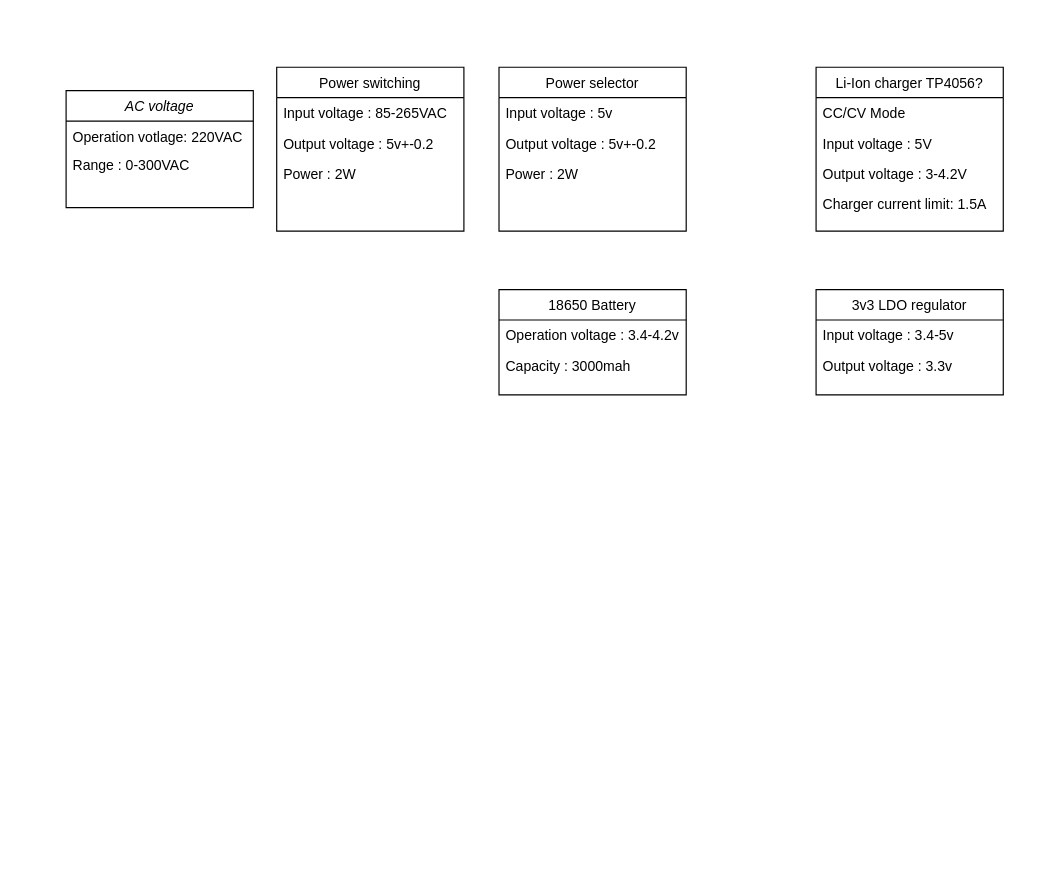
Before: improper_voltage_detection_v1.drawio in tdnet12434/using_markers, a draw.io diagram. Source tidied: cells renumbered, new cells numbered last; positions are measured from the earlier drawing's top-left corner, leaving out a move shared by most shapes. Both pictures are drawn from the tidied source at 117%, with x=0, y=0 at pixel (66, 67).
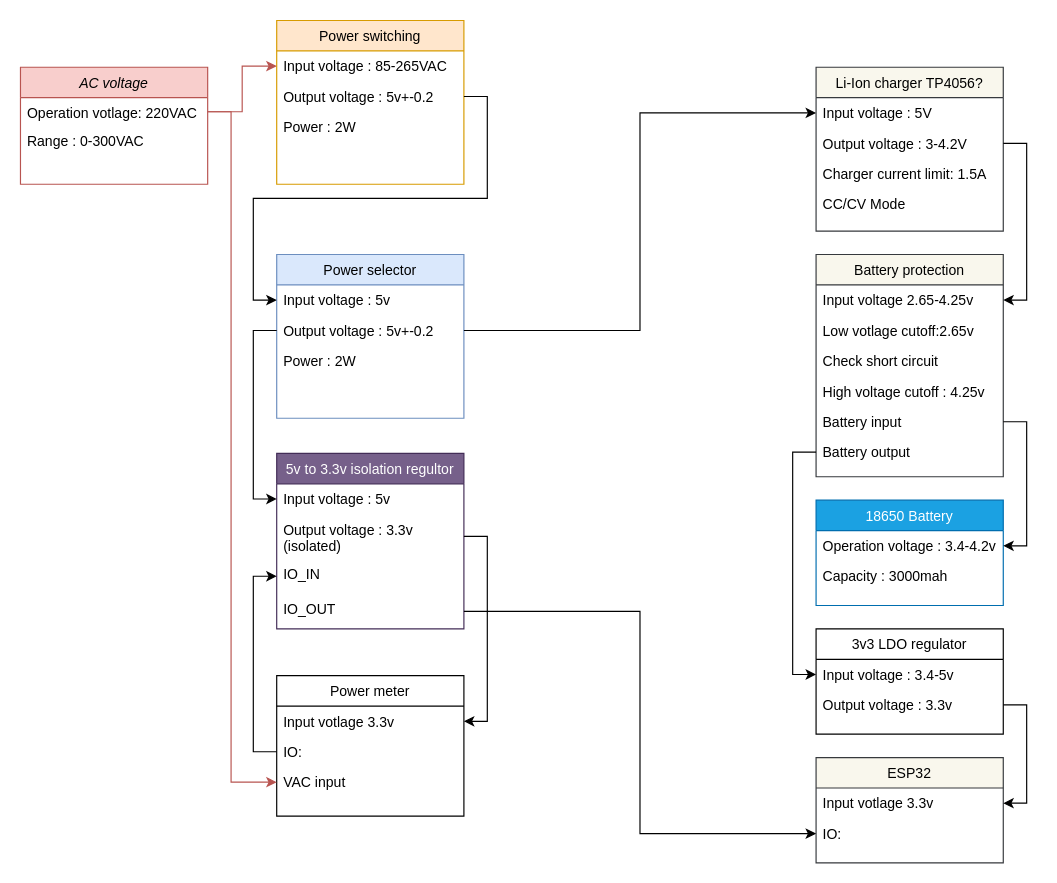
Above is the later version.

The change refers to these unchanged cells:
```xml
<mxCell id="3" value="Operation votlage: 220VAC" style="text;align=left;verticalAlign=top;spacingLeft=4;spacingRight=4;overflow=hidden;points=[[0,0.5],[1,0.5]];portConstraint=eastwest;" parent="2" vertex="1">
  <mxGeometry y="26" width="160" height="24" as="geometry" />
</mxCell>
<mxCell id="6" value="Input voltage : 85-265VAC" style="text;align=left;verticalAlign=top;spacingLeft=4;spacingRight=4;overflow=hidden;points=[[0,0.5],[1,0.5]];portConstraint=eastwest;" parent="5" vertex="1">
  <mxGeometry y="26" width="160" height="26" as="geometry" />
</mxCell>
<mxCell id="7" value="Output voltage : 5v+-0.2" style="text;align=left;verticalAlign=top;spacingLeft=4;spacingRight=4;overflow=hidden;points=[[0,0.5],[1,0.5]];portConstraint=eastwest;" parent="5" vertex="1">
  <mxGeometry y="52" width="160" height="26" as="geometry" />
</mxCell>
<mxCell id="15" value="Input voltage : 5v" style="text;align=left;verticalAlign=top;spacingLeft=4;spacingRight=4;overflow=hidden;points=[[0,0.5],[1,0.5]];portConstraint=eastwest;" parent="14" vertex="1">
  <mxGeometry y="26" width="160" height="26" as="geometry" />
</mxCell>
<mxCell id="16" value="Output voltage : 5v+-0.2" style="text;align=left;verticalAlign=top;spacingLeft=4;spacingRight=4;overflow=hidden;points=[[0,0.5],[1,0.5]];portConstraint=eastwest;" parent="14" vertex="1">
  <mxGeometry y="52" width="160" height="26" as="geometry" />
</mxCell>
<mxCell id="19" value="Operation voltage : 3.4-4.2v" style="text;align=left;verticalAlign=top;spacingLeft=4;spacingRight=4;overflow=hidden;points=[[0,0.5],[1,0.5]];portConstraint=eastwest;" parent="18" vertex="1">
  <mxGeometry y="26" width="160" height="26" as="geometry" />
</mxCell>
<mxCell id="22" value="Input voltage : 3.4-5v" style="text;align=left;verticalAlign=top;spacingLeft=4;spacingRight=4;overflow=hidden;points=[[0,0.5],[1,0.5]];portConstraint=eastwest;" parent="21" vertex="1">
  <mxGeometry y="26" width="160" height="26" as="geometry" />
</mxCell>
<mxCell id="23" value="Output voltage : 3.3v" style="text;align=left;verticalAlign=top;spacingLeft=4;spacingRight=4;overflow=hidden;points=[[0,0.5],[1,0.5]];portConstraint=eastwest;" parent="21" vertex="1">
  <mxGeometry y="52" width="160" height="26" as="geometry" />
</mxCell>
```

Diff of the diagram source:
```diff
@@
-    <mxCell id="2" value="AC voltage" style="swimlane;fontStyle=2;align=center;verticalAlign=top;horizontal=1;startSize=26;rounded=0;shadow=0;strokeWidth=1;" parent="1" vertex="1">
-      <mxGeometry y="20" width="160" height="100" as="geometry" />
+    <mxCell id="2" value="AC voltage" style="swimlane;fontStyle=2;align=center;verticalAlign=top;horizontal=1;startSize=26;rounded=0;shadow=0;strokeWidth=1;fillColor=#f8cecc;strokeColor=#b85450;" parent="1" vertex="1">
+      <mxGeometry x="-39" width="160" height="100" as="geometry" />
     </mxCell>
@@
-    <mxCell id="5" value="Power switching" style="swimlane;fontStyle=0;align=center;verticalAlign=top;horizontal=1;startSize=26;rounded=0;shadow=0;strokeWidth=1;" parent="1" vertex="1">
-      <mxGeometry x="180" width="160" height="140" as="geometry" />
+    <mxCell id="5" value="Power switching" style="swimlane;fontStyle=0;align=center;verticalAlign=top;horizontal=1;startSize=26;rounded=0;shadow=0;strokeWidth=1;fillColor=#ffe6cc;strokeColor=#d79b00;" parent="1" vertex="1">
+      <mxGeometry x="180" y="-40" width="160" height="140" as="geometry" />
     </mxCell>
@@
-    <mxCell id="9" value="Li-Ion charger TP4056?" style="swimlane;fontStyle=0;align=center;verticalAlign=top;horizontal=1;startSize=26;rounded=0;shadow=0;strokeWidth=1;" parent="1" vertex="1">
+    <mxCell id="9" value="Li-Ion charger TP4056?" style="swimlane;fontStyle=0;align=center;verticalAlign=top;horizontal=1;startSize=26;rounded=0;shadow=0;strokeWidth=1;fillColor=#f9f7ed;strokeColor=#36393d;" parent="1" vertex="1">
       <mxGeometry x="641" width="160" height="140" as="geometry" />
     </mxCell>
-    <mxCell id="10" value="CC/CV Mode" style="text;align=left;verticalAlign=top;spacingLeft=4;spacingRight=4;overflow=hidden;" parent="9" vertex="1">
-      <mxGeometry y="26" width="160" height="26" as="geometry" />
-    </mxCell>
     <mxCell id="11" value="Input voltage : 5V " style="text;align=left;verticalAlign=top;spacingLeft=4;spacingRight=4;overflow=hidden;points=[[0,0.5],[1,0.5]];portConstraint=eastwest;" parent="9" vertex="1">
-      <mxGeometry y="52" width="160" height="26" as="geometry" />
+      <mxGeometry y="26" width="160" height="26" as="geometry" />
     </mxCell>
     <mxCell id="12" value="Output voltage : 3-4.2V" style="text;align=left;verticalAlign=top;spacingLeft=4;spacingRight=4;overflow=hidden;points=[[0,0.5],[1,0.5]];portConstraint=eastwest;" parent="9" vertex="1">
-      <mxGeometry y="78" width="160" height="26" as="geometry" />
+      <mxGeometry y="52" width="160" height="26" as="geometry" />
     </mxCell>
     <mxCell id="13" value="Charger current limit: 1.5A" style="text;align=left;verticalAlign=top;spacingLeft=4;spacingRight=4;overflow=hidden;" parent="9" vertex="1">
-      <mxGeometry y="104" width="160" height="26" as="geometry" />
+      <mxGeometry y="78" width="160" height="26" as="geometry" />
     </mxCell>
+    <mxCell id="10" value="CC/CV Mode" style="text;align=left;verticalAlign=top;spacingLeft=4;spacingRight=4;overflow=hidden;" parent="9" vertex="1">
+      <mxGeometry y="104" width="160" height="26" as="geometry" />
+    </mxCell>
-    <mxCell id="14" value="Power selector" style="swimlane;fontStyle=0;align=center;verticalAlign=top;horizontal=1;startSize=26;rounded=0;shadow=0;strokeWidth=1;" parent="1" vertex="1">
-      <mxGeometry x="370" width="160" height="140" as="geometry" />
+    <mxCell id="14" value="Power selector" style="swimlane;fontStyle=0;align=center;verticalAlign=top;horizontal=1;startSize=26;rounded=0;shadow=0;strokeWidth=1;fillColor=#dae8fc;strokeColor=#6c8ebf;" parent="1" vertex="1">
+      <mxGeometry x="180" y="160" width="160" height="140" as="geometry" />
     </mxCell>
@@
-    <mxCell id="18" value="18650 Battery" style="swimlane;fontStyle=0;align=center;verticalAlign=top;horizontal=1;startSize=26;rounded=0;shadow=0;strokeWidth=1;" parent="1" vertex="1">
-      <mxGeometry x="370" y="190" width="160" height="90" as="geometry" />
+    <mxCell id="18" value="18650 Battery" style="swimlane;fontStyle=0;align=center;verticalAlign=top;horizontal=1;startSize=26;rounded=0;shadow=0;strokeWidth=1;fillColor=#1ba1e2;strokeColor=#006EAF;fontColor=#ffffff;" parent="1" vertex="1">
+      <mxGeometry x="641" y="370" width="160" height="90" as="geometry" />
     </mxCell>
@@
     <mxCell id="21" value="3v3 LDO regulator" style="swimlane;fontStyle=0;align=center;verticalAlign=top;horizontal=1;startSize=26;rounded=0;shadow=0;strokeWidth=1;" parent="1" vertex="1">
-      <mxGeometry x="641" y="190" width="160" height="90" as="geometry" />
+      <mxGeometry x="641" y="480" width="160" height="90" as="geometry" />
     </mxCell>
@@
+    <mxCell id="24" value="ESP32" style="swimlane;fontStyle=0;align=center;verticalAlign=top;horizontal=1;startSize=26;rounded=0;shadow=0;strokeWidth=1;fillColor=#f9f7ed;strokeColor=#36393d;" parent="1" vertex="1">
+      <mxGeometry x="641" y="590" width="160" height="90" as="geometry" />
+    </mxCell>
+    <mxCell id="25" value="Input votlage 3.3v" style="text;align=left;verticalAlign=top;spacingLeft=4;spacingRight=4;overflow=hidden;points=[[0,0.5],[1,0.5]];portConstraint=eastwest;" parent="24" vertex="1">
+      <mxGeometry y="26" width="160" height="26" as="geometry" />
+    </mxCell>
+    <mxCell id="26" value="IO:" style="text;align=left;verticalAlign=top;spacingLeft=4;spacingRight=4;overflow=hidden;points=[[0,0.5],[1,0.5]];portConstraint=eastwest;" parent="24" vertex="1">
+      <mxGeometry y="52" width="160" height="26" as="geometry" />
+    </mxCell>
+    <mxCell id="27" value="Power meter" style="swimlane;fontStyle=0;align=center;verticalAlign=top;horizontal=1;startSize=26;rounded=0;shadow=0;strokeWidth=1;" parent="1" vertex="1">
+      <mxGeometry x="180" y="520" width="160" height="120" as="geometry" />
+    </mxCell>
+    <mxCell id="28" value="Input votlage 3.3v" style="text;align=left;verticalAlign=top;spacingLeft=4;spacingRight=4;overflow=hidden;points=[[0,0.5],[1,0.5]];portConstraint=eastwest;" parent="27" vertex="1">
+      <mxGeometry y="26" width="160" height="26" as="geometry" />
+    </mxCell>
+    <mxCell id="29" value="IO:" style="text;align=left;verticalAlign=top;spacingLeft=4;spacingRight=4;overflow=hidden;points=[[0,0.5],[1,0.5]];portConstraint=eastwest;" parent="27" vertex="1">
+      <mxGeometry y="52" width="160" height="26" as="geometry" />
+    </mxCell>
+    <mxCell id="30" value="VAC input" style="text;align=left;verticalAlign=top;spacingLeft=4;spacingRight=4;overflow=hidden;points=[[0,0.5],[1,0.5]];portConstraint=eastwest;" parent="27" vertex="1">
+      <mxGeometry y="78" width="160" height="26" as="geometry" />
+    </mxCell>
+    <mxCell id="31" value="5v to 3.3v isolation regultor" style="swimlane;fontStyle=0;align=center;verticalAlign=top;horizontal=1;startSize=26;rounded=0;shadow=0;strokeWidth=1;fillColor=#76608a;strokeColor=#432D57;fontColor=#ffffff;" parent="1" vertex="1">
+      <mxGeometry x="180" y="330" width="160" height="150" as="geometry" />
+    </mxCell>
+    <mxCell id="32" value="Input voltage : 5v" style="text;align=left;verticalAlign=top;spacingLeft=4;spacingRight=4;overflow=hidden;points=[[0,0.5],[1,0.5]];portConstraint=eastwest;" parent="31" vertex="1">
+      <mxGeometry y="26" width="160" height="26" as="geometry" />
+    </mxCell>
+    <mxCell id="33" value="Output voltage : 3.3v (isolated)" style="text;align=left;verticalAlign=top;spacingLeft=4;spacingRight=4;overflow=hidden;points=[[0,0.5],[1,0.5]];portConstraint=eastwest;whiteSpace=wrap;" parent="31" vertex="1">
+      <mxGeometry y="52" width="160" height="38" as="geometry" />
+    </mxCell>
+    <mxCell id="34" value="IO_IN" style="text;align=left;verticalAlign=top;spacingLeft=4;spacingRight=4;overflow=hidden;points=[[0,0.5],[1,0.5]];portConstraint=eastwest;whiteSpace=wrap;" parent="31" vertex="1">
+      <mxGeometry y="90" width="160" height="30" as="geometry" />
+    </mxCell>
+    <mxCell id="35" value="IO_OUT" style="text;align=left;verticalAlign=top;spacingLeft=4;spacingRight=4;overflow=hidden;points=[[0,0.5],[1,0.5]];portConstraint=eastwest;whiteSpace=wrap;" parent="31" vertex="1">
+      <mxGeometry y="120" width="160" height="30" as="geometry" />
+    </mxCell>
+    <mxCell id="36" style="edgeStyle=orthogonalEdgeStyle;rounded=0;jettySize=auto;html=1;exitX=1;exitY=0.5;exitDx=0;exitDy=0;entryX=0;entryY=0.5;entryDx=0;entryDy=0;" parent="1" edge="1" source="35" target="26">
+      <mxGeometry relative="1" as="geometry" />
+    </mxCell>
+    <mxCell id="37" style="edgeStyle=orthogonalEdgeStyle;rounded=0;jettySize=auto;html=1;exitX=0;exitY=0.5;exitDx=0;exitDy=0;entryX=0;entryY=0.5;entryDx=0;entryDy=0;" parent="1" edge="1" source="29" target="34">
+      <mxGeometry relative="1" as="geometry" />
+    </mxCell>
+    <mxCell id="38" style="edgeStyle=orthogonalEdgeStyle;rounded=0;jettySize=auto;html=1;exitX=1;exitY=0.5;exitDx=0;exitDy=0;entryX=1;entryY=0.5;entryDx=0;entryDy=0;" parent="1" edge="1" source="23" target="25">
+      <mxGeometry relative="1" as="geometry" />
+    </mxCell>
+    <mxCell id="39" value="Battery protection" style="swimlane;fontStyle=0;align=center;verticalAlign=top;horizontal=1;startSize=26;rounded=0;shadow=0;strokeWidth=1;fillColor=#f9f7ed;strokeColor=#36393d;" parent="1" vertex="1">
+      <mxGeometry x="641" y="160" width="160" height="190" as="geometry" />
+    </mxCell>
+    <mxCell id="40" value="Input voltage 2.65-4.25v" style="text;align=left;verticalAlign=top;spacingLeft=4;spacingRight=4;overflow=hidden;points=[[0,0.5],[1,0.5]];portConstraint=eastwest;" parent="39" vertex="1">
+      <mxGeometry y="26" width="160" height="26" as="geometry" />
+    </mxCell>
+    <mxCell id="41" value="Low votlage cutoff:2.65v" style="text;align=left;verticalAlign=top;spacingLeft=4;spacingRight=4;overflow=hidden;" parent="39" vertex="1">
+      <mxGeometry y="52" width="160" height="26" as="geometry" />
+    </mxCell>
+    <mxCell id="42" value="Check short circuit" style="text;align=left;verticalAlign=top;spacingLeft=4;spacingRight=4;overflow=hidden;" parent="39" vertex="1">
+      <mxGeometry y="78" width="160" height="26" as="geometry" />
+    </mxCell>
+    <mxCell id="43" value="High voltage cutoff : 4.25v" style="text;align=left;verticalAlign=top;spacingLeft=4;spacingRight=4;overflow=hidden;" parent="39" vertex="1">
+      <mxGeometry y="104" width="160" height="26" as="geometry" />
+    </mxCell>
+    <mxCell id="44" value="Battery input" style="text;align=left;verticalAlign=top;spacingLeft=4;spacingRight=4;overflow=hidden;points=[[0,0.5],[1,0.5]];portConstraint=eastwest;" parent="39" vertex="1">
+      <mxGeometry y="130" width="160" height="26" as="geometry" />
+    </mxCell>
+    <mxCell id="45" value="Battery output" style="text;align=left;verticalAlign=top;spacingLeft=4;spacingRight=4;overflow=hidden;points=[[0,0.5],[1,0.5]];portConstraint=eastwest;" parent="39" vertex="1">
+      <mxGeometry y="156" width="160" height="26" as="geometry" />
+    </mxCell>
+    <mxCell id="46" style="edgeStyle=orthogonalEdgeStyle;rounded=0;jettySize=auto;html=1;entryX=1;entryY=0.5;entryDx=0;entryDy=0;exitX=1;exitY=0.5;exitDx=0;exitDy=0;" parent="1" edge="1" source="33" target="28">
+      <mxGeometry relative="1" as="geometry" />
+    </mxCell>
+    <mxCell id="47" style="edgeStyle=orthogonalEdgeStyle;rounded=0;jettySize=auto;html=1;exitX=0;exitY=0.5;exitDx=0;exitDy=0;entryX=0;entryY=0.5;entryDx=0;entryDy=0;" parent="1" edge="1" source="16" target="32">
+      <mxGeometry relative="1" as="geometry" />
+    </mxCell>
+    <mxCell id="48" style="edgeStyle=orthogonalEdgeStyle;rounded=0;jettySize=auto;html=1;exitX=1;exitY=0.5;exitDx=0;exitDy=0;entryX=0;entryY=0.5;entryDx=0;entryDy=0;fillColor=#f8cecc;strokeColor=#b85450;" parent="1" edge="1" source="3" target="6">
+      <mxGeometry relative="1" as="geometry" />
+    </mxCell>
+    <mxCell id="49" style="edgeStyle=orthogonalEdgeStyle;rounded=0;jettySize=auto;html=1;exitX=1;exitY=0.5;exitDx=0;exitDy=0;entryX=0;entryY=0.5;entryDx=0;entryDy=0;" parent="1" edge="1" source="7" target="15">
+      <mxGeometry relative="1" as="geometry" />
+    </mxCell>
+    <mxCell id="50" style="edgeStyle=orthogonalEdgeStyle;rounded=0;jettySize=auto;html=1;" parent="1" edge="1" source="16" target="11">
+      <mxGeometry relative="1" as="geometry" />
+    </mxCell>
+    <mxCell id="51" style="edgeStyle=orthogonalEdgeStyle;rounded=0;jettySize=auto;html=1;exitX=1;exitY=0.5;exitDx=0;exitDy=0;entryX=1;entryY=0.5;entryDx=0;entryDy=0;" parent="1" edge="1" source="12" target="40">
+      <mxGeometry relative="1" as="geometry" />
+    </mxCell>
+    <mxCell id="52" style="edgeStyle=orthogonalEdgeStyle;rounded=0;jettySize=auto;html=1;exitX=1;exitY=0.5;exitDx=0;exitDy=0;fillColor=#f8cecc;strokeColor=#b85450;entryX=0;entryY=0.5;entryDx=0;entryDy=0;" parent="1" edge="1" source="3" target="30">
+      <mxGeometry relative="1" as="geometry">
+        <Array as="points">
+          <mxPoint x="141" y="38" />
+          <mxPoint x="141" y="611" />
+        </Array>
+      </mxGeometry>
+    </mxCell>
+    <mxCell id="53" style="edgeStyle=orthogonalEdgeStyle;rounded=0;jettySize=auto;html=1;exitX=1;exitY=0.5;exitDx=0;exitDy=0;entryX=1;entryY=0.5;entryDx=0;entryDy=0;" parent="1" edge="1" source="44" target="19">
+      <mxGeometry relative="1" as="geometry" />
+    </mxCell>
+    <mxCell id="54" style="edgeStyle=orthogonalEdgeStyle;rounded=0;jettySize=auto;html=1;exitX=0;exitY=0.5;exitDx=0;exitDy=0;entryX=0;entryY=0.5;entryDx=0;entryDy=0;" parent="1" edge="1" source="45" target="22">
+      <mxGeometry relative="1" as="geometry" />
+    </mxCell>
```
